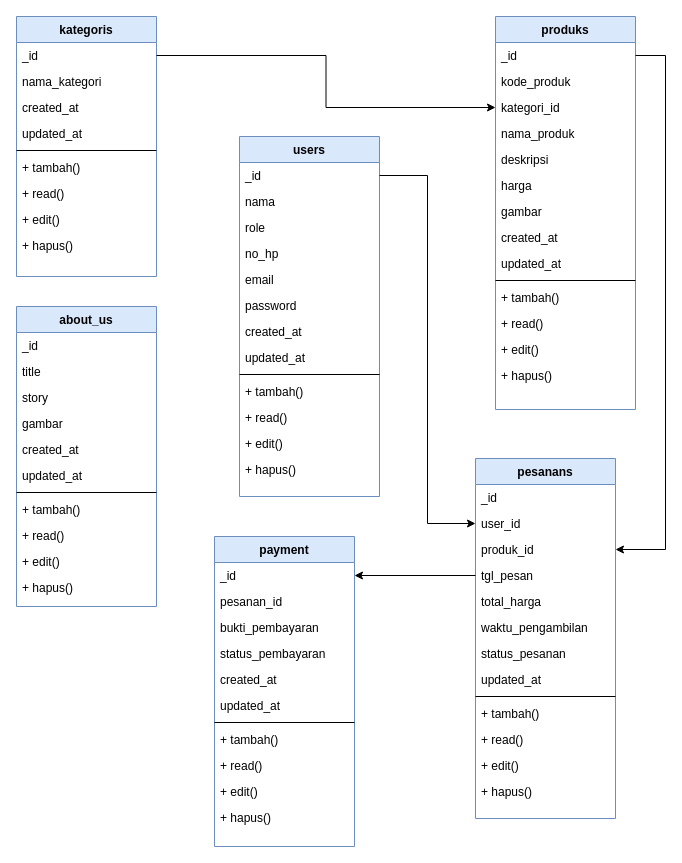
The draw.io diagram Diagram Tanpa Judul.drawio in sintariaulia/Diagram, before the edit. Source tidied: cells renumbered, new cells numbered last; positions are measured from the earlier drawing's top-left corner, leaving out a move shared by most shapes. Both pictures are drawn from the tidied source at 100%, with x=0, y=0 at pixel (16, 16).
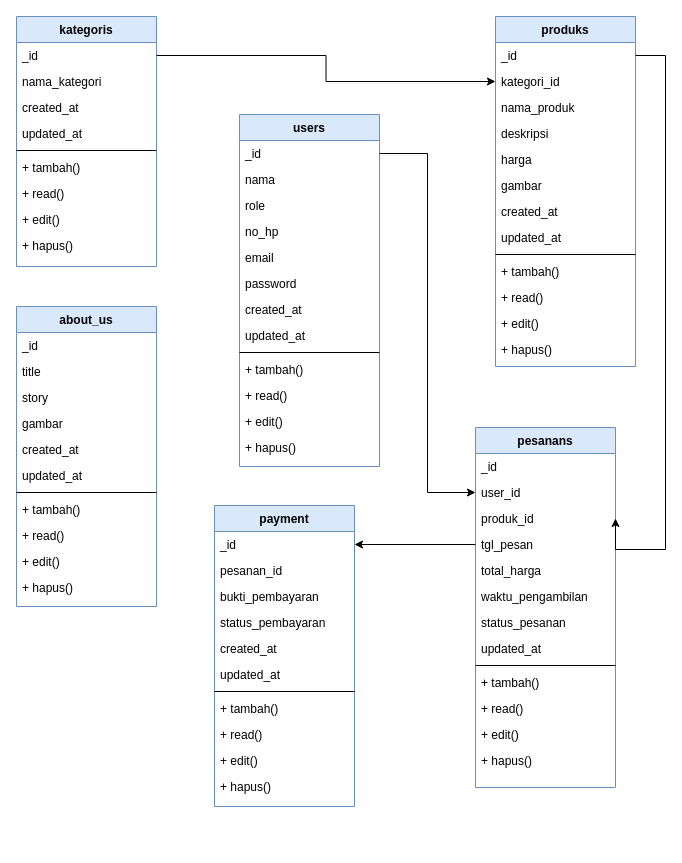
After the change.

Change to the diagram source:
```diff
@@
     <mxCell id="2" value="kategoris" style="swimlane;fontStyle=1;align=center;verticalAlign=top;horizontal=1;startSize=26;rounded=0;shadow=0;strokeWidth=1;fillColor=#dae8fc;strokeColor=#6c8ebf;" parent="1" vertex="1">
-      <mxGeometry width="140" height="260" as="geometry" />
+      <mxGeometry width="140" height="250" as="geometry" />
     </mxCell>
@@
     <mxCell id="11" value="+ hapus()" style="text;align=left;verticalAlign=top;spacingLeft=4;spacingRight=4;overflow=hidden;" parent="2" vertex="1">
-      <mxGeometry y="216" width="140" height="44" as="geometry" />
+      <mxGeometry y="216" width="140" height="34" as="geometry" />
     </mxCell>
     <mxCell id="12" value="produks" style="swimlane;fontStyle=1;align=center;verticalAlign=top;horizontal=1;startSize=26;rounded=0;shadow=0;strokeWidth=1;fillColor=#dae8fc;strokeColor=#6c8ebf;" parent="1" vertex="1">
-      <mxGeometry x="479" width="140" height="393" as="geometry" />
+      <mxGeometry x="479" width="140" height="350" as="geometry" />
     </mxCell>
@@
-    <mxCell id="14" value="kode_produk" style="text;align=left;verticalAlign=top;spacingLeft=4;spacingRight=4;overflow=hidden;" parent="12" vertex="1">
-      <mxGeometry y="52" width="140" height="26" as="geometry" />
-    </mxCell>
     <mxCell id="15" value="kategori_id" style="text;align=left;verticalAlign=top;spacingLeft=4;spacingRight=4;overflow=hidden;points=[[0,0.5],[1,0.5]];portConstraint=eastwest;" parent="12" vertex="1">
-      <mxGeometry y="78" width="140" height="26" as="geometry" />
+      <mxGeometry y="52" width="140" height="26" as="geometry" />
     </mxCell>
     <mxCell id="16" value="nama_produk" style="text;align=left;verticalAlign=top;spacingLeft=4;spacingRight=4;overflow=hidden;" parent="12" vertex="1">
-      <mxGeometry y="104" width="140" height="26" as="geometry" />
+      <mxGeometry y="78" width="140" height="26" as="geometry" />
     </mxCell>
     <mxCell id="17" value="deskripsi" style="text;align=left;verticalAlign=top;spacingLeft=4;spacingRight=4;overflow=hidden;" parent="12" vertex="1">
-      <mxGeometry y="130" width="140" height="26" as="geometry" />
+      <mxGeometry y="104" width="140" height="26" as="geometry" />
     </mxCell>
     <mxCell id="18" value="harga" style="text;align=left;verticalAlign=top;spacingLeft=4;spacingRight=4;overflow=hidden;" parent="12" vertex="1">
-      <mxGeometry y="156" width="140" height="26" as="geometry" />
+      <mxGeometry y="130" width="140" height="26" as="geometry" />
     </mxCell>
     <mxCell id="19" value="gambar" style="text;align=left;verticalAlign=top;spacingLeft=4;spacingRight=4;overflow=hidden;" parent="12" vertex="1">
-      <mxGeometry y="182" width="140" height="26" as="geometry" />
+      <mxGeometry y="156" width="140" height="26" as="geometry" />
     </mxCell>
     <mxCell id="20" value="created_at" style="text;align=left;verticalAlign=top;spacingLeft=4;spacingRight=4;overflow=hidden;rounded=0;shadow=0;html=0;" parent="12" vertex="1">
-      <mxGeometry y="208" width="140" height="26" as="geometry" />
+      <mxGeometry y="182" width="140" height="26" as="geometry" />
     </mxCell>
     <mxCell id="21" value="updated_at" style="text;align=left;verticalAlign=top;spacingLeft=4;spacingRight=4;overflow=hidden;rounded=0;shadow=0;html=0;" parent="12" vertex="1">
-      <mxGeometry y="234" width="140" height="26" as="geometry" />
+      <mxGeometry y="208" width="140" height="26" as="geometry" />
     </mxCell>
     <mxCell id="22" style="line;html=1;strokeWidth=1;align=left;verticalAlign=middle;spacingTop=-1;spacingLeft=3;spacingRight=3;labelPosition=right;" parent="12" vertex="1">
-      <mxGeometry y="260" width="140" height="8" as="geometry" />
+      <mxGeometry y="234" width="140" height="8" as="geometry" />
     </mxCell>
     <mxCell id="23" value="+ tambah()" style="text;align=left;verticalAlign=top;spacingLeft=4;spacingRight=4;overflow=hidden;" parent="12" vertex="1">
-      <mxGeometry y="268" width="140" height="26" as="geometry" />
+      <mxGeometry y="242" width="140" height="26" as="geometry" />
     </mxCell>
     <mxCell id="24" value="+ read()" style="text;align=left;verticalAlign=top;spacingLeft=4;spacingRight=4;overflow=hidden;" parent="12" vertex="1">
-      <mxGeometry y="294" width="140" height="26" as="geometry" />
+      <mxGeometry y="268" width="140" height="26" as="geometry" />
     </mxCell>
     <mxCell id="25" value="+ edit()" style="text;align=left;verticalAlign=top;spacingLeft=4;spacingRight=4;overflow=hidden;" parent="12" vertex="1">
-      <mxGeometry y="320" width="140" height="26" as="geometry" />
+      <mxGeometry y="294" width="140" height="26" as="geometry" />
     </mxCell>
     <mxCell id="26" value="+ hapus()" style="text;align=left;verticalAlign=top;spacingLeft=4;spacingRight=4;overflow=hidden;" parent="12" vertex="1">
-      <mxGeometry y="346" width="140" height="26" as="geometry" />
+      <mxGeometry y="320" width="140" height="26" as="geometry" />
     </mxCell>
     <mxCell id="27" value="users" style="swimlane;fontStyle=1;align=center;verticalAlign=top;horizontal=1;startSize=26;rounded=0;shadow=0;strokeWidth=1;fillColor=#dae8fc;strokeColor=#6c8ebf;" parent="1" vertex="1">
-      <mxGeometry x="223" y="120" width="140" height="360" as="geometry" />
+      <mxGeometry x="223" y="98" width="140" height="352" as="geometry" />
     </mxCell>
@@
     <mxCell id="41" value="pesanans" style="swimlane;fontStyle=1;align=center;verticalAlign=top;horizontal=1;startSize=26;rounded=0;shadow=0;strokeWidth=1;fillColor=#dae8fc;strokeColor=#6c8ebf;" parent="1" vertex="1">
-      <mxGeometry x="459" y="442" width="140" height="360" as="geometry" />
+      <mxGeometry x="459" y="411" width="140" height="360" as="geometry" />
     </mxCell>
@@
     <mxCell id="55" value="payment" style="swimlane;fontStyle=1;align=center;verticalAlign=top;horizontal=1;startSize=26;rounded=0;shadow=0;strokeWidth=1;fillColor=#dae8fc;strokeColor=#6c8ebf;" parent="1" vertex="1">
-      <mxGeometry x="198" y="520" width="140" height="310" as="geometry" />
+      <mxGeometry x="198" y="489" width="140" height="301" as="geometry" />
     </mxCell>
```
